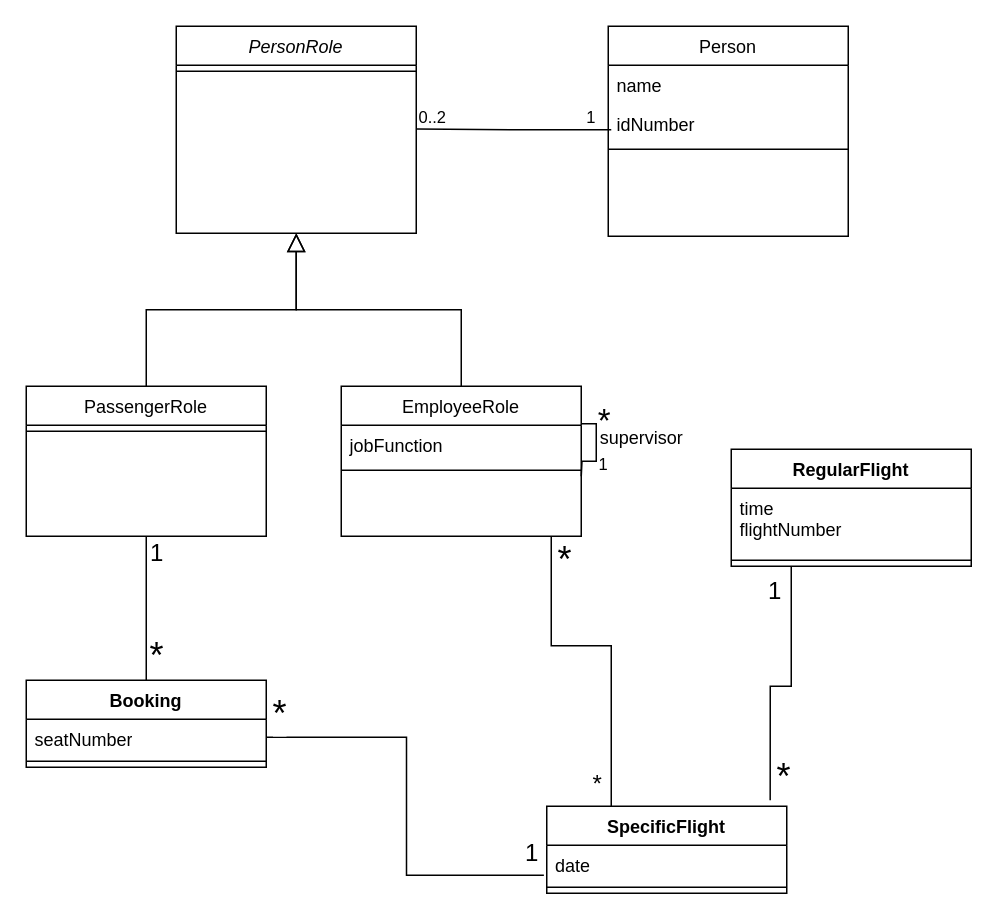
This is DS8 Airline Scheduling System.drawio from keyboard-face/DS8-Software-Engineering, a draw.io file, before an edit. Source tidied: cells renumbered, new cells numbered last; positions are measured from the earlier drawing's top-left corner, leaving out a move shared by most shapes. Both pictures are drawn from the tidied source at 150%, with x=0, y=0 at pixel (26, 26).
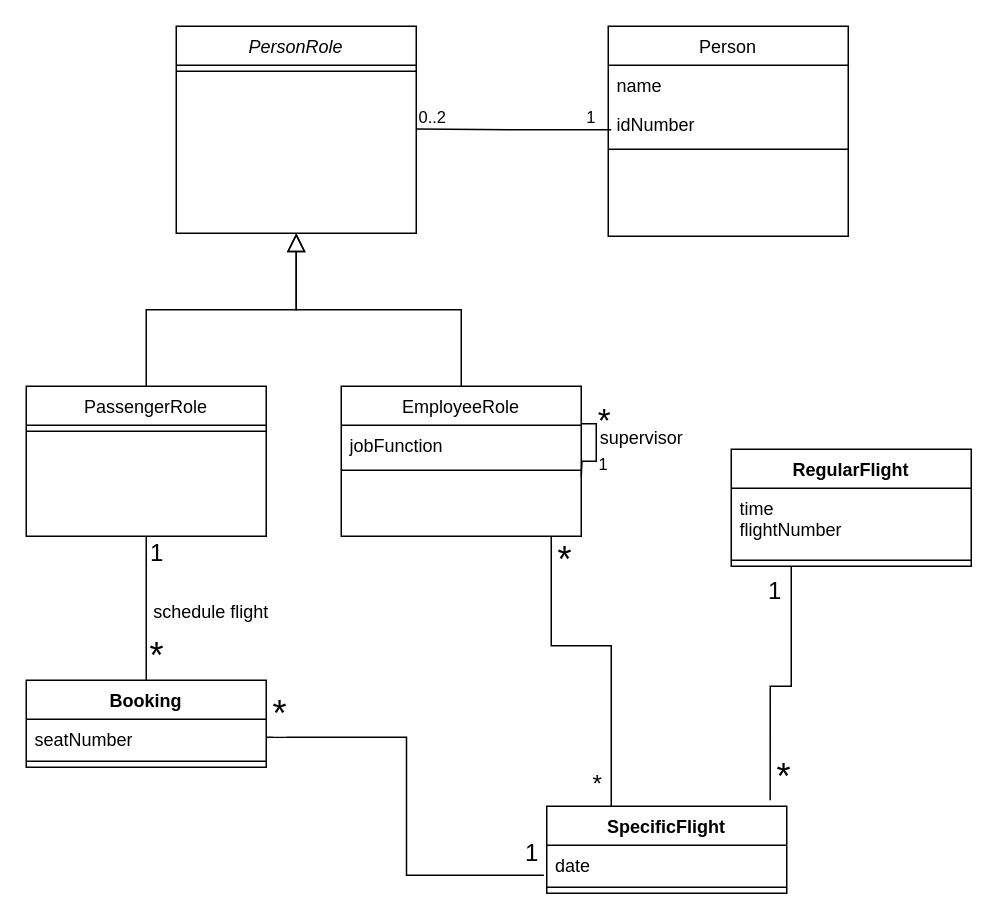
Above is the later version.

What changed in the source:
```diff
@@
+    <mxCell id="43" value="schedule flight" style="text;html=1;align=center;verticalAlign=middle;strokeColor=none;fillColor=none;" parent="1" vertex="1">
+      <mxGeometry x="73" y="376" width="100" height="30" as="geometry" />
+    </mxCell>
```
